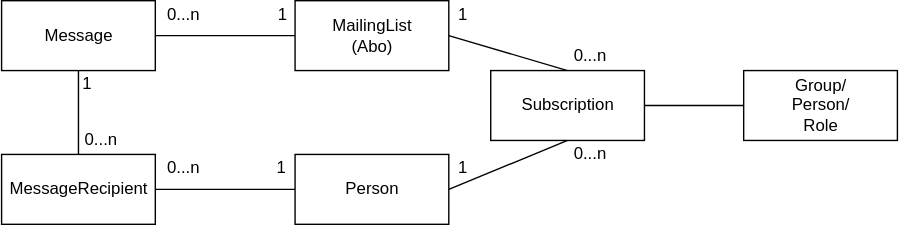
The draw.io diagram doc/architecture/diagrams/modules/messages-abo.svg in hitobito/hitobito, before a commit. Source tidied: cells renumbered, new cells last; positions are measured from the earlier drawing's top-left corner, leaving out a move shared by most shapes. Its diagram source:
```xml
<mxGraphModel>
  <root>
    <mxCell id="0" />
    <mxCell id="1" parent="0" />
    <mxCell id="2" style="edgeStyle=orthogonalEdgeStyle;rounded=0;jettySize=auto;html=1;exitX=1;exitY=0.5;exitDx=0;exitDy=0;entryX=0;entryY=0.5;entryDx=0;entryDy=0;endArrow=none;endFill=0;" parent="1" edge="1" source="4" target="6">
      <mxGeometry relative="1" as="geometry" />
    </mxCell>
    <mxCell id="3" style="edgeStyle=orthogonalEdgeStyle;rounded=0;jettySize=auto;html=1;exitX=0.5;exitY=1;exitDx=0;exitDy=0;entryX=0.5;entryY=0;entryDx=0;entryDy=0;endArrow=none;endFill=0;" parent="1" edge="1" source="4" target="8">
      <mxGeometry relative="1" as="geometry" />
    </mxCell>
    <mxCell id="4" value="Message" style="html=1;" parent="1" vertex="1">
      <mxGeometry width="110" height="50" as="geometry" />
    </mxCell>
    <mxCell id="5" style="rounded=0;jettySize=auto;html=1;exitX=1;exitY=0.5;exitDx=0;exitDy=0;entryX=0.5;entryY=0;entryDx=0;entryDy=0;endArrow=none;endFill=0;" parent="1" edge="1" source="6" target="12">
      <mxGeometry relative="1" as="geometry" />
    </mxCell>
    <mxCell id="6" value="MailingList&lt;br&gt;(Abo)" style="html=1;" parent="1" vertex="1">
      <mxGeometry x="210" width="110" height="50" as="geometry" />
    </mxCell>
    <mxCell id="7" style="edgeStyle=orthogonalEdgeStyle;rounded=0;jettySize=auto;html=1;exitX=1;exitY=0.5;exitDx=0;exitDy=0;entryX=0;entryY=0.5;entryDx=0;entryDy=0;endArrow=none;endFill=0;" parent="1" edge="1" source="8" target="10">
      <mxGeometry relative="1" as="geometry" />
    </mxCell>
    <mxCell id="8" value="MessageRecipient" style="html=1;" parent="1" vertex="1">
      <mxGeometry y="110" width="110" height="50" as="geometry" />
    </mxCell>
    <mxCell id="9" style="edgeStyle=none;rounded=0;jettySize=auto;html=1;exitX=1;exitY=0.5;exitDx=0;exitDy=0;entryX=0.5;entryY=1;entryDx=0;entryDy=0;endArrow=none;endFill=0;" parent="1" edge="1" source="10" target="12">
      <mxGeometry relative="1" as="geometry" />
    </mxCell>
    <mxCell id="10" value="Person&lt;span style=&quot;color: rgba(0 , 0 , 0 , 0) ; font-family: monospace ; font-size: 0px&quot;&gt;%3CmxGraphModel%3E%3Croot%3E%3CmxCell%20id%3D%220%22%2F%3E%3CmxCell%20id%3D%221%22%20parent%3D%220%22%2F%3E%3CmxCell%20id%3D%222%22%20value%3D%22Message%22%20style%3D%22html%3D1%3B%22%20vertex%3D%221%22%20parent%3D%221%22%3E%3CmxGeometry%20x%3D%22170%22%20y%3D%22190%22%20width%3D%22110%22%20height%3D%2250%22%20as%3D%22geometry%22%2F%3E%3C%2FmxCell%3E%3C%2Froot%3E%3C%2FmxGraphModel%3E&lt;/span&gt;" style="html=1;" parent="1" vertex="1">
      <mxGeometry x="210" y="110" width="110" height="50" as="geometry" />
    </mxCell>
    <mxCell id="11" style="edgeStyle=none;rounded=0;jettySize=auto;html=1;exitX=1;exitY=0.5;exitDx=0;exitDy=0;entryX=0;entryY=0.5;entryDx=0;entryDy=0;endArrow=none;endFill=0;" parent="1" edge="1" source="12" target="13">
      <mxGeometry relative="1" as="geometry" />
    </mxCell>
    <mxCell id="12" value="Subscription" style="html=1;" parent="1" vertex="1">
      <mxGeometry x="350" y="50" width="110" height="50" as="geometry" />
    </mxCell>
    <mxCell id="13" value="Group/&lt;br&gt;Person/&lt;br&gt;Role" style="html=1;" parent="1" vertex="1">
      <mxGeometry x="531" y="50" width="110" height="50" as="geometry" />
    </mxCell>
    <mxCell id="14" value="1" style="text;html=1;align=center;verticalAlign=middle;strokeColor=none;fillColor=none;" parent="1" vertex="1">
      <mxGeometry x="51" y="50" width="20" height="20" as="geometry" />
    </mxCell>
    <mxCell id="15" value="0...n" style="text;html=1;align=center;verticalAlign=middle;strokeColor=none;fillColor=none;" parent="1" vertex="1">
      <mxGeometry x="51" y="90" width="40" height="20" as="geometry" />
    </mxCell>
    <mxCell id="16" value="0...n" style="text;html=1;align=center;verticalAlign=middle;strokeColor=none;fillColor=none;" parent="1" vertex="1">
      <mxGeometry x="110" width="40" height="20" as="geometry" />
    </mxCell>
    <mxCell id="17" value="1" style="text;html=1;align=center;verticalAlign=middle;strokeColor=none;fillColor=none;" parent="1" vertex="1">
      <mxGeometry x="191" width="20" height="20" as="geometry" />
    </mxCell>
    <mxCell id="18" value="0...n" style="text;html=1;align=center;verticalAlign=middle;strokeColor=none;fillColor=none;" parent="1" vertex="1">
      <mxGeometry x="110" y="110" width="40" height="20" as="geometry" />
    </mxCell>
    <mxCell id="19" value="1" style="text;html=1;align=center;verticalAlign=middle;strokeColor=none;fillColor=none;" parent="1" vertex="1">
      <mxGeometry x="190" y="110" width="20" height="20" as="geometry" />
    </mxCell>
    <mxCell id="20" value="1" style="text;html=1;align=center;verticalAlign=middle;strokeColor=none;fillColor=none;" parent="1" vertex="1">
      <mxGeometry x="320" width="20" height="20" as="geometry" />
    </mxCell>
    <mxCell id="21" value="0...n" style="text;html=1;align=center;verticalAlign=middle;strokeColor=none;fillColor=none;" parent="1" vertex="1">
      <mxGeometry x="401" y="30" width="40" height="20" as="geometry" />
    </mxCell>
    <mxCell id="22" value="1" style="text;html=1;align=center;verticalAlign=middle;strokeColor=none;fillColor=none;" parent="1" vertex="1">
      <mxGeometry x="320" y="110" width="20" height="20" as="geometry" />
    </mxCell>
    <mxCell id="23" value="0...n" style="text;html=1;align=center;verticalAlign=middle;strokeColor=none;fillColor=none;" parent="1" vertex="1">
      <mxGeometry x="401" y="100" width="40" height="20" as="geometry" />
    </mxCell>
  </root>
</mxGraphModel>
```
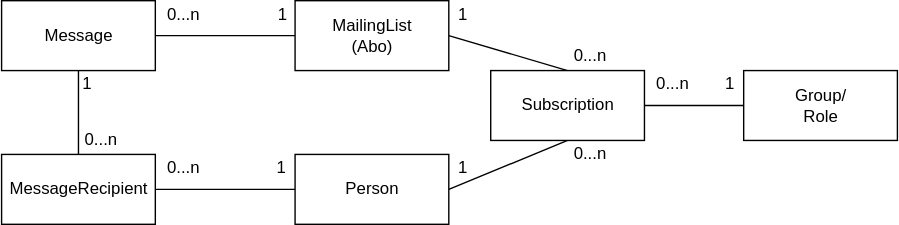
After the commit.

Change to the diagram source:
```diff
@@ -35,7 +35,7 @@
     <mxCell id="12" value="Subscription" style="html=1;" parent="1" vertex="1">
       <mxGeometry x="350" y="50" width="110" height="50" as="geometry" />
     </mxCell>
-    <mxCell id="13" value="Group/&lt;br&gt;Person/&lt;br&gt;Role" style="html=1;" parent="1" vertex="1">
+    <mxCell id="13" value="Group/&lt;br&gt;Role" style="html=1;" parent="1" vertex="1">
       <mxGeometry x="531" y="50" width="110" height="50" as="geometry" />
     </mxCell>
     <mxCell id="14" value="1" style="text;html=1;align=center;verticalAlign=middle;strokeColor=none;fillColor=none;" parent="1" vertex="1">
@@ -68,5 +68,11 @@
     <mxCell id="23" value="0...n" style="text;html=1;align=center;verticalAlign=middle;strokeColor=none;fillColor=none;" parent="1" vertex="1">
       <mxGeometry x="401" y="100" width="40" height="20" as="geometry" />
     </mxCell>
+    <mxCell id="24" value="0...n" style="text;html=1;align=center;verticalAlign=middle;strokeColor=none;fillColor=none;" parent="1" vertex="1">
+      <mxGeometry x="460" y="50" width="40" height="20" as="geometry" />
+    </mxCell>
+    <mxCell id="25" value="1" style="text;html=1;align=center;verticalAlign=middle;strokeColor=none;fillColor=none;" parent="1" vertex="1">
+      <mxGeometry x="511" y="50" width="20" height="20" as="geometry" />
+    </mxCell>
   </root>
 </mxGraphModel>
```
